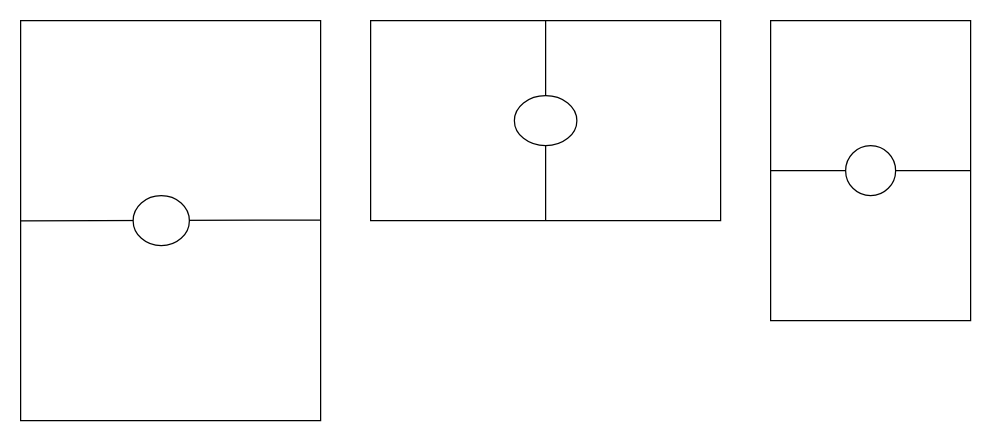
Earlier version of the draw.io diagram Diagramma senza titolo.drawio (matpil/m.queue). Source tidied: cells renumbered, new cells numbered last; positions are measured from the earlier drawing's top-left corner, leaving out a move shared by most shapes. Both pictures are drawn from the tidied source at 125%, with x=0, y=0 at pixel (-30, 20).
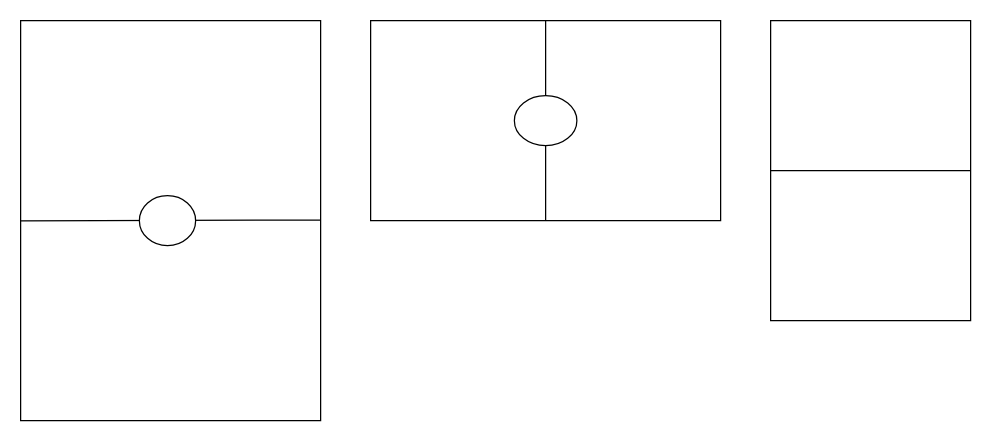
After the change.

Change to the diagram source:
```diff
@@
 <mxGraphModel>
   <root>
     <mxCell id="0" />
     <mxCell id="1" parent="0" />
     <mxCell id="2" style="rounded=0;whiteSpace=wrap;html=1;rotation=90;" parent="1" vertex="1">
       <mxGeometry y="40" width="320" height="240" as="geometry" />
     </mxCell>
     <mxCell id="3" style="endArrow=none;html=1;rounded=0;exitX=0.446;exitY=0.992;exitDx=0;exitDy=0;exitPerimeter=0;entryX=0.444;entryY=-0.008;entryDx=0;entryDy=0;entryPerimeter=0;" parent="1" edge="1">
       <mxGeometry relative="1" as="geometry">
         <mxPoint x="40" y="160.1" as="sourcePoint" />
         <mxPoint x="280" y="159.5" as="targetPoint" />
       </mxGeometry>
     </mxCell>
     <mxCell id="4" style="edgeStyle=orthogonalEdgeStyle;rounded=0;orthogonalLoop=1;jettySize=auto;html=1;exitX=1;exitY=0.5;exitDx=0;exitDy=0;" parent="1" edge="1" source="2" target="2">
       <mxGeometry relative="1" as="geometry" />
     </mxCell>
     <mxCell id="5" style="ellipse;whiteSpace=wrap;html=1;" parent="1" vertex="1">
-      <mxGeometry x="130" y="140" width="45" height="40" as="geometry" />
+      <mxGeometry x="135" y="140" width="45" height="40" as="geometry" />
     </mxCell>
     <mxCell id="6" style="rounded=0;whiteSpace=wrap;html=1;" parent="1" vertex="1">
       <mxGeometry x="320" width="280" height="160" as="geometry" />
     </mxCell>
     <mxCell id="7" style="endArrow=none;html=1;rounded=0;entryX=0.5;entryY=0;entryDx=0;entryDy=0;exitX=0.5;exitY=1;exitDx=0;exitDy=0;" parent="1" edge="1" source="9" target="6">
       <mxGeometry relative="1" as="geometry" />
     </mxCell>
     <mxCell id="8" style="endArrow=none;html=1;rounded=0;entryX=0.5;entryY=0;entryDx=0;entryDy=0;exitX=0.5;exitY=1;exitDx=0;exitDy=0;" parent="1" edge="1" source="6" target="9">
       <mxGeometry relative="1" as="geometry" />
     </mxCell>
     <mxCell id="9" style="ellipse;whiteSpace=wrap;html=1;" parent="1" vertex="1">
       <mxGeometry x="435" y="60" width="50" height="40" as="geometry" />
     </mxCell>
     <mxCell id="10" style="rounded=0;whiteSpace=wrap;html=1;rotation=90;" parent="1" vertex="1">
       <mxGeometry x="600" y="40" width="240" height="160" as="geometry" />
     </mxCell>
     <mxCell id="11" style="endArrow=none;html=1;rounded=0;entryX=0.5;entryY=0;entryDx=0;entryDy=0;exitX=0.5;exitY=1;exitDx=0;exitDy=0;" parent="1" edge="1" source="10" target="10">
       <mxGeometry relative="1" as="geometry" />
     </mxCell>
-    <mxCell id="12" style="ellipse;whiteSpace=wrap;html=1;" parent="1" vertex="1">
-      <mxGeometry x="700" y="100" width="40" height="40" as="geometry" />
-    </mxCell>
   </root>
 </mxGraphModel>
```
